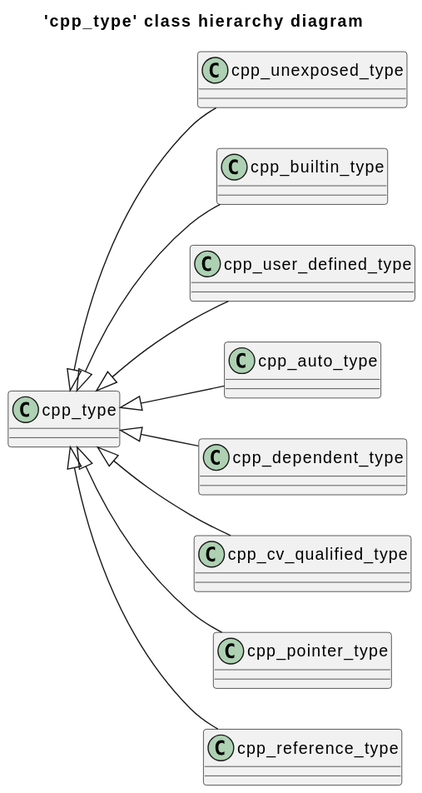
Above: cppast/diagrams/cpp_type_class_hierarchy_diagram.svg in bkryza/clang-uml-examples (PlantUML), before the change. Its diagram source:
```plantuml
@startuml
title 'cpp_type' class hierarchy diagram
left to right direction
class "cpp_type" as C_0012685224329895379678
class C_0012685224329895379678 [[https://github.com/foonathan/cppast/blob/5329e377ab9b9ab9309e9641f3fcda04366a449a/include/cppast/cpp_type.hpp#L44{cpp_type}]] {
__
}
class "cpp_unexposed_type" as C_0004813842429643163269
class C_0004813842429643163269 [[https://github.com/foonathan/cppast/blob/5329e377ab9b9ab9309e9641f3fcda04366a449a/include/cppast/cpp_type.hpp#L95{cpp_unexposed_type}]] {
__
}
class "cpp_builtin_type" as C_0016286280656642083260
class C_0016286280656642083260 [[https://github.com/foonathan/cppast/blob/5329e377ab9b9ab9309e9641f3fcda04366a449a/include/cppast/cpp_type.hpp#L161{cpp_builtin_type}]] {
__
}
class "cpp_user_defined_type" as C_0017335635478607505504
class C_0017335635478607505504 [[https://github.com/foonathan/cppast/blob/5329e377ab9b9ab9309e9641f3fcda04366a449a/include/cppast/cpp_type.hpp#L202{cpp_user_defined_type}]] {
__
}
class "cpp_auto_type" as C_0014472026947678462140
class C_0014472026947678462140 [[https://github.com/foonathan/cppast/blob/5329e377ab9b9ab9309e9641f3fcda04366a449a/include/cppast/cpp_type.hpp#L230{cpp_auto_type}]] {
__
}
class "cpp_dependent_type" as C_0004063987833557896570
class C_0004063987833557896570 [[https://github.com/foonathan/cppast/blob/5329e377ab9b9ab9309e9641f3fcda04366a449a/include/cppast/cpp_type.hpp#L249{cpp_dependent_type}]] {
__
}
class "cpp_cv_qualified_type" as C_0002742775955639665712
class C_0002742775955639665712 [[https://github.com/foonathan/cppast/blob/5329e377ab9b9ab9309e9641f3fcda04366a449a/include/cppast/cpp_type.hpp#L311{cpp_cv_qualified_type}]] {
__
}
class "cpp_pointer_type" as C_0006892285644718134459
class C_0006892285644718134459 [[https://github.com/foonathan/cppast/blob/5329e377ab9b9ab9309e9641f3fcda04366a449a/include/cppast/cpp_type.hpp#L359{cpp_pointer_type}]] {
__
}
class "cpp_reference_type" as C_0004804591595803064605
class C_0004804591595803064605 [[https://github.com/foonathan/cppast/blob/5329e377ab9b9ab9309e9641f3fcda04366a449a/include/cppast/cpp_type.hpp#L394{cpp_reference_type}]] {
__
}
C_0012685224329895379678 <|-- C_0004813842429643163269
C_0012685224329895379678 <|-- C_0016286280656642083260
C_0012685224329895379678 <|-- C_0017335635478607505504
C_0012685224329895379678 <|-- C_0014472026947678462140
C_0012685224329895379678 <|-- C_0004063987833557896570
C_0012685224329895379678 <|-- C_0002742775955639665712
C_0012685224329895379678 <|-- C_0006892285644718134459
C_0012685224329895379678 <|-- C_0004804591595803064605

@enduml
```
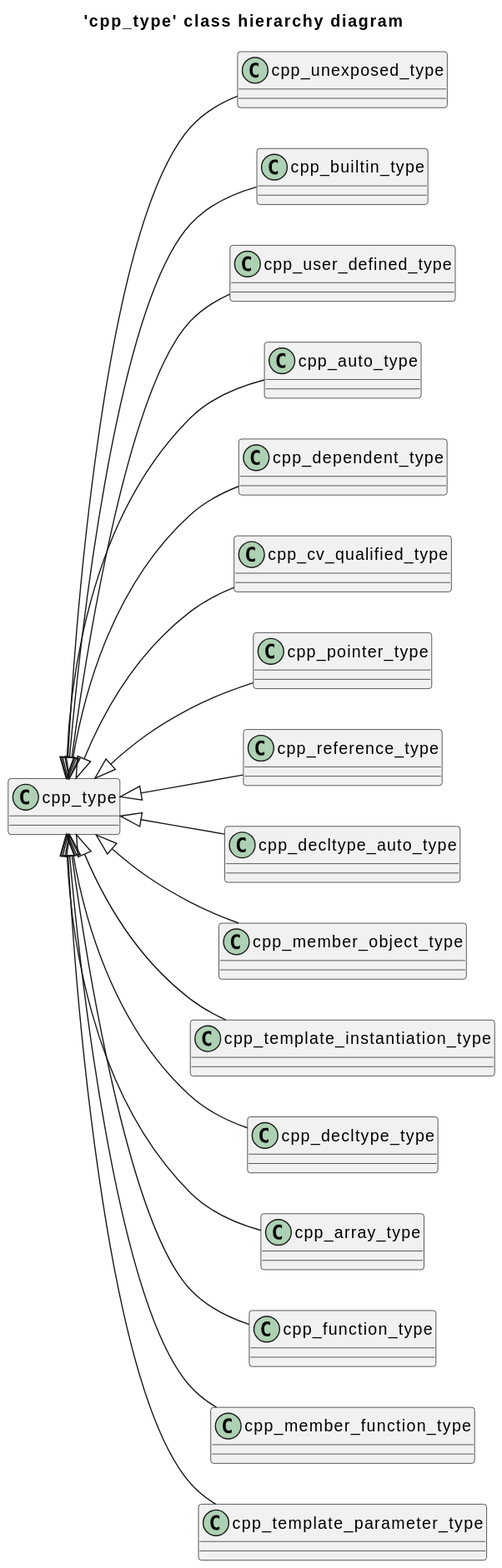
The same diagram one commit later.

Change to the diagram source:
```diff
@@ -37,6 +37,38 @@
 class C_0004804591595803064605 [[https://github.com/foonathan/cppast/blob/5329e377ab9b9ab9309e9641f3fcda04366a449a/include/cppast/cpp_type.hpp#L394{cpp_reference_type}]] {
 __
 }
+class "cpp_decltype_auto_type" as C_0000209986721715701296
+class C_0000209986721715701296 [[https://github.com/foonathan/cppast/blob/5329e377ab9b9ab9309e9641f3fcda04366a449a/include/cppast/cpp_decltype_type.hpp#L40{cpp_decltype_auto_type}]] {
+__
+}
+class "cpp_member_object_type" as C_0004829067063951846468
+class C_0004829067063951846468 [[https://github.com/foonathan/cppast/blob/5329e377ab9b9ab9309e9641f3fcda04366a449a/include/cppast/cpp_function_type.hpp#L164{cpp_member_object_type}]] {
+__
+}
+class "cpp_template_instantiation_type" as C_0008075371397714845723
+class C_0008075371397714845723 [[https://github.com/foonathan/cppast/blob/5329e377ab9b9ab9309e9641f3fcda04366a449a/include/cppast/cpp_template.hpp#L93{cpp_template_instantiation_type}]] {
+__
+}
+class "cpp_decltype_type" as C_0009479862681401776453
+class C_0009479862681401776453 [[https://github.com/foonathan/cppast/blob/5329e377ab9b9ab9309e9641f3fcda04366a449a/include/cppast/cpp_decltype_type.hpp#L13{cpp_decltype_type}]] {
+__
+}
+class "cpp_array_type" as C_0010779989821278160600
+class C_0010779989821278160600 [[https://github.com/foonathan/cppast/blob/5329e377ab9b9ab9309e9641f3fcda04366a449a/include/cppast/cpp_array_type.hpp#L13{cpp_array_type}]] {
+__
+}
+class "cpp_function_type" as C_0011646818473724564525
+class C_0011646818473724564525 [[https://github.com/foonathan/cppast/blob/5329e377ab9b9ab9309e9641f3fcda04366a449a/include/cppast/cpp_function_type.hpp#L14{cpp_function_type}]] {
+__
+}
+class "cpp_member_function_type" as C_0015655533434215258614
+class C_0015655533434215258614 [[https://github.com/foonathan/cppast/blob/5329e377ab9b9ab9309e9641f3fcda04366a449a/include/cppast/cpp_function_type.hpp#L87{cpp_member_function_type}]] {
+__
+}
+class "cpp_template_parameter_type" as C_0017266576910863053385
+class C_0017266576910863053385 [[https://github.com/foonathan/cppast/blob/5329e377ab9b9ab9309e9641f3fcda04366a449a/include/cppast/cpp_template_parameter.hpp#L106{cpp_template_parameter_type}]] {
+__
+}
 C_0012685224329895379678 <|-- C_0004813842429643163269
 C_0012685224329895379678 <|-- C_0016286280656642083260
 C_0012685224329895379678 <|-- C_0017335635478607505504
@@ -45,5 +77,13 @@
 C_0012685224329895379678 <|-- C_0002742775955639665712
 C_0012685224329895379678 <|-- C_0006892285644718134459
 C_0012685224329895379678 <|-- C_0004804591595803064605
+C_0012685224329895379678 <|-- C_0000209986721715701296
+C_0012685224329895379678 <|-- C_0004829067063951846468
+C_0012685224329895379678 <|-- C_0008075371397714845723
+C_0012685224329895379678 <|-- C_0009479862681401776453
+C_0012685224329895379678 <|-- C_0010779989821278160600
+C_0012685224329895379678 <|-- C_0011646818473724564525
+C_0012685224329895379678 <|-- C_0015655533434215258614
+C_0012685224329895379678 <|-- C_0017266576910863053385
 
 @enduml
```
